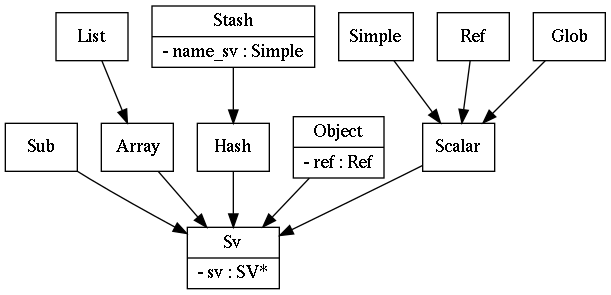
The Graphviz diagram distros/X/XS-Framework/lib/XS/Framework/Manual/uml.png in metacpan/metacpan-cpan-extracted, before a commit. Its source is kept beside it as distros/X/XS-Framework/lib/XS/Framework/Manual/uml.dot.
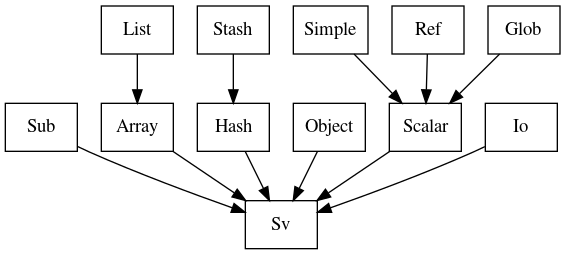
Later version of the same file.

Change to the diagram source:
```diff
@@ -3,17 +3,18 @@
                 shape = "record"
         ]
 
-        Sv [label = "{Sv|- sv : SV*}" ]
+        Sv [label = "{Sv}" ]
         Sub [label = "{Sub}" ];
         Array [label = "{Array}" ];
         List [label = "{List}" ];
         Hash [label = "{Hash}" ];
-        Stash [label = "{Stash|- name_sv : Simple}" ]
-        Object [label = "{Object|- ref : Ref}" ];
+        Stash [label = "{Stash}" ]
+        Object [label = "{Object}" ];
         Scalar [label = "{Scalar}" ];
         Simple [label = "{Simple}" ];
         Ref [label = "{Ref}" ];
         Glob [label = "{Glob}" ];
+		Io [label = "{Io}" ];
 
         Sub     -> Sv;
         Array   -> Sv;
@@ -25,4 +26,5 @@
         Simple  -> Scalar;
         Ref     -> Scalar;
         Glob    -> Scalar;
+		Io      -> Sv;
 }
```
